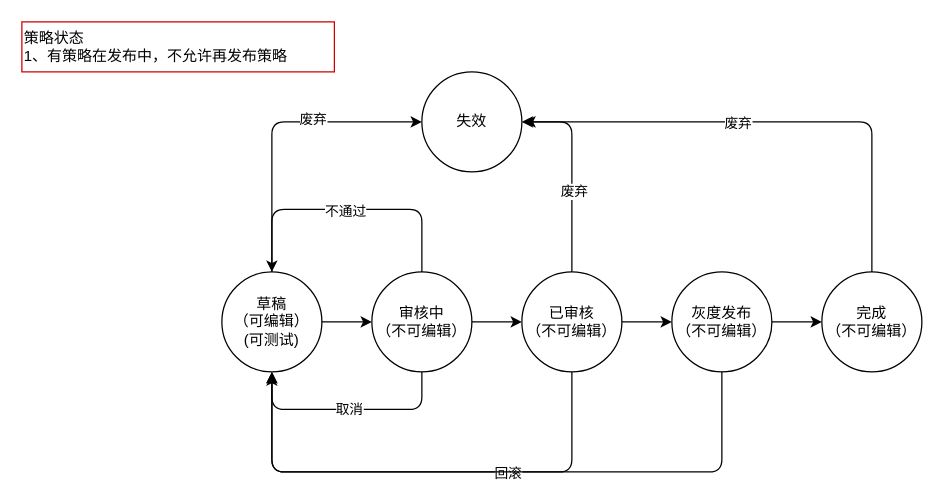
Before: Untitled Diagram.drawio in Wang-Jun-Chao/diagrams, a draw.io diagram. Source tidied: cells renumbered, new cells numbered last; positions are measured from the earlier drawing's top-left corner, leaving out a move shared by most shapes. Both pictures are drawn from the tidied source at 125%, with x=0, y=0 at pixel (21, 21).
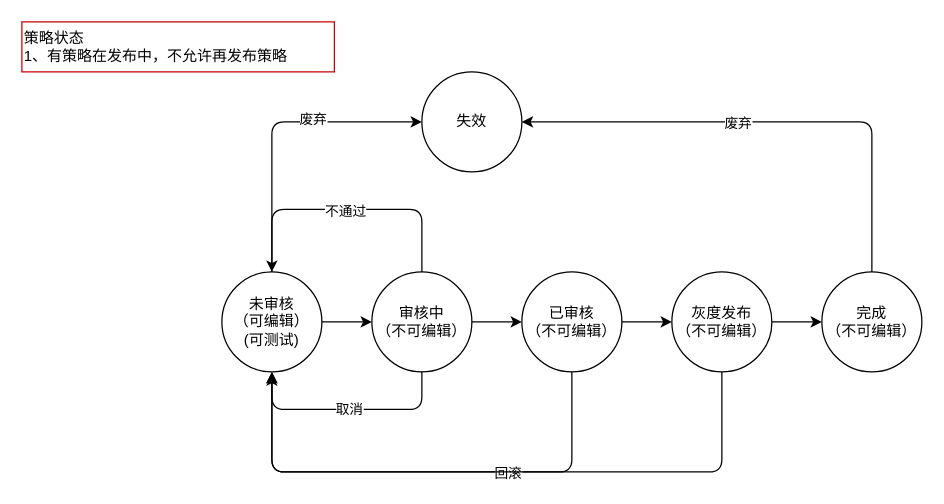
After the change.

What changed in the source:
```diff
@@
-    <mxCell id="3" value="草稿&lt;br&gt;（可编辑）&lt;br&gt;(可测试)" style="ellipse;whiteSpace=wrap;html=1;" parent="1" vertex="1">
+    <mxCell id="3" value="未审核&lt;br&gt;（可编辑）&lt;br&gt;(可测试)" style="ellipse;whiteSpace=wrap;html=1;" parent="1" vertex="1">
       <mxGeometry x="160" y="200" width="80" height="80" as="geometry" />
     </mxCell>
@@
-    <mxCell id="20" style="endArrow=classic;html=1;edgeStyle=orthogonalEdgeStyle;" parent="1" edge="1">
-      <mxGeometry relative="1" as="geometry">
-        <mxPoint x="440" y="200" as="sourcePoint" />
-        <mxPoint x="402" y="80" as="targetPoint" />
-        <Array as="points">
-          <mxPoint x="440" y="80" />
-        </Array>
-      </mxGeometry>
-    </mxCell>
-    <mxCell id="21" value="废弃" style="edgeLabel;html=1;align=center;verticalAlign=middle;" parent="20" vertex="1">
-      <mxGeometry x="-0.18" y="-1" relative="1" as="geometry" />
-    </mxCell>
```
